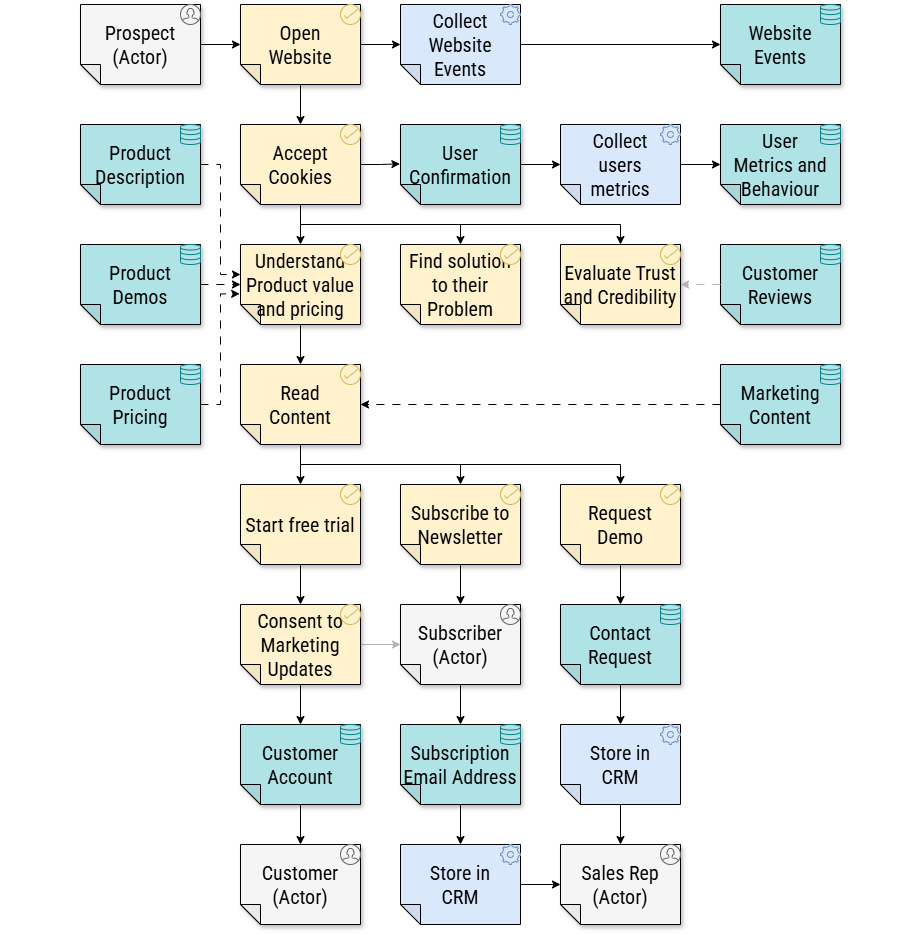
software-architecture-guild/modeling-software-architecture keeps this draw.io diagram as chapter-06/figure-6.18.drawio.png. Above is the earlier version. Source tidied: cells renumbered, new cells last; positions are measured from the earlier drawing's top-left corner, leaving out a move shared by most shapes.
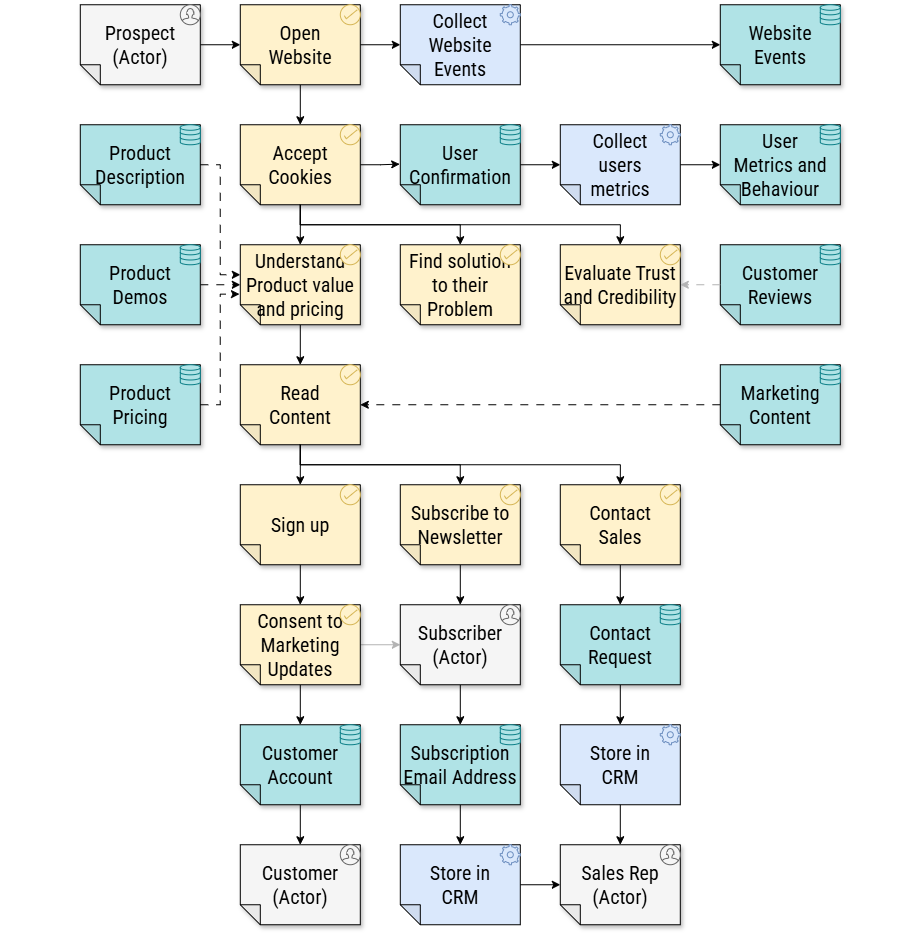
The same file after the commit.

Diff of the diagram source:
```diff
@@ -149,13 +149,13 @@
     <mxCell id="50" style="edgeStyle=none;shape=connector;rounded=1;html=1;strokeColor=#000000;align=center;verticalAlign=middle;fontFamily=Helvetica;fontSize=11;fontColor=default;labelBackgroundColor=default;endArrow=classic;" parent="1" edge="1" source="51" target="64">
       <mxGeometry relative="1" as="geometry" />
     </mxCell>
-    <mxCell id="51" value="Start free trial" style="shape=note;whiteSpace=wrap;html=1;backgroundOutline=1;darkOpacity=0.05;fillStyle=solid;direction=west;gradientDirection=north;shadow=1;size=20;fontFamily=Roboto Condensed;fontSource=https%3A%2F%2Ffonts.googleapis.com%2Fcss%3Ffamily%3DRoboto%2BCondensed;fontSize=20;fillColor=#fff2cc;strokeColor=#000000;fontColor=#000000;" parent="1" vertex="1">
+    <mxCell id="51" value="Sign up" style="shape=note;whiteSpace=wrap;html=1;backgroundOutline=1;darkOpacity=0.05;fillStyle=solid;direction=west;gradientDirection=north;shadow=1;size=20;fontFamily=Roboto Condensed;fontSource=https%3A%2F%2Ffonts.googleapis.com%2Fcss%3Ffamily%3DRoboto%2BCondensed;fontSize=20;fillColor=#fff2cc;strokeColor=#000000;fontColor=#000000;" parent="1" vertex="1">
       <mxGeometry x="240" y="480" width="120" height="80" as="geometry" />
     </mxCell>
     <mxCell id="52" style="edgeStyle=none;shape=connector;rounded=1;html=1;strokeColor=#000000;align=center;verticalAlign=middle;fontFamily=Helvetica;fontSize=11;fontColor=default;labelBackgroundColor=default;endArrow=classic;strokeWidth=1;" parent="1" edge="1" source="53" target="70">
       <mxGeometry relative="1" as="geometry" />
     </mxCell>
-    <mxCell id="53" value="Request&lt;br&gt;Demo" style="shape=note;whiteSpace=wrap;html=1;backgroundOutline=1;darkOpacity=0.05;fillStyle=solid;direction=west;gradientDirection=north;shadow=1;size=20;fontFamily=Roboto Condensed;fontSource=https%3A%2F%2Ffonts.googleapis.com%2Fcss%3Ffamily%3DRoboto%2BCondensed;fontSize=20;fillColor=#fff2cc;strokeColor=#000000;fontColor=#000000;strokeWidth=1;" parent="1" vertex="1">
+    <mxCell id="53" value="Contact&lt;br&gt;Sales" style="shape=note;whiteSpace=wrap;html=1;backgroundOutline=1;darkOpacity=0.05;fillStyle=solid;direction=west;gradientDirection=north;shadow=1;size=20;fontFamily=Roboto Condensed;fontSource=https%3A%2F%2Ffonts.googleapis.com%2Fcss%3Ffamily%3DRoboto%2BCondensed;fontSize=20;fillColor=#fff2cc;strokeColor=#000000;fontColor=#000000;strokeWidth=1;" parent="1" vertex="1">
       <mxGeometry x="560" y="480" width="120" height="80" as="geometry" />
     </mxCell>
     <mxCell id="54" style="html=1;verticalLabelPosition=bottom;align=center;labelBackgroundColor=#ffffff;verticalAlign=top;strokeWidth=1;shadow=0;dashed=0;shape=mxgraph.ios7.icons.select;fillColor=#fff2cc;strokeColor=#d6b656;fontFamily=Roboto Condensed;fontSource=https%3A%2F%2Ffonts.googleapis.com%2Fcss%3Ffamily%3DRoboto%2BCondensed;fontSize=20;fontColor=#000000;" parent="1" vertex="1">
```
